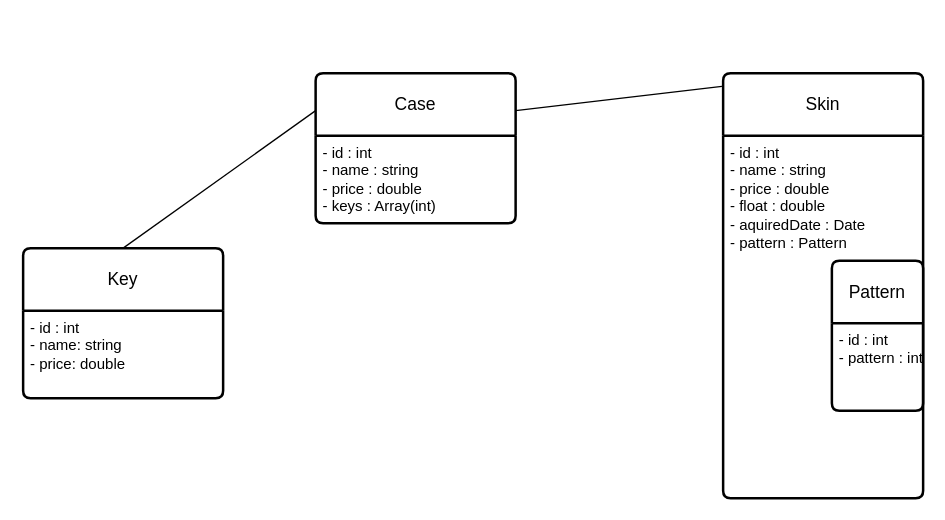
oscar-doell/m165 keeps this draw.io diagram as logic (1).drawio. Above is the earlier version. Source tidied: cells renumbered, new cells numbered last; positions are measured from the earlier drawing's top-left corner, leaving out a move shared by most shapes. Both pictures are drawn from the tidied source at 125%, with x=0, y=0 at pixel (22, 72).
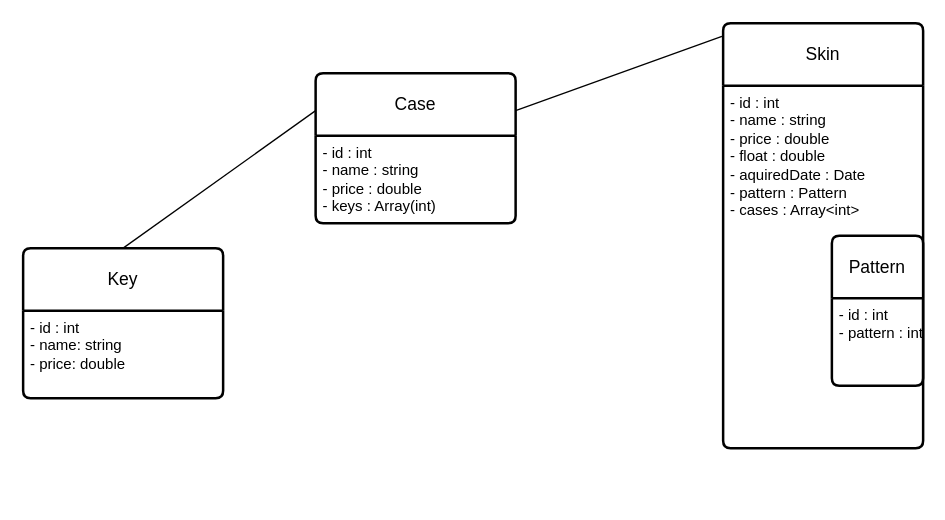
The same diagram, later.

The edit, as a diff of the source:
```diff
@@
 <mxGraphModel>
   <root>
     <mxCell id="0" />
     <mxCell id="1" parent="0" />
     <mxCell id="2" value="Key" style="swimlane;horizontal=1;startSize=50;rounded=1;fontSize=14;fontStyle=0;strokeWidth=2;shadow=0;dashed=0;align=center;arcSize=4;whiteSpace=wrap;html=1;" parent="1" vertex="1">
       <mxGeometry y="140" width="160" height="120" as="geometry" />
     </mxCell>
     <mxCell id="3" value="- id : int&lt;div&gt;- name: string&lt;/div&gt;&lt;div&gt;- price: double&lt;/div&gt;" style="align=left;strokeColor=none;fillColor=none;spacingLeft=4;fontSize=12;verticalAlign=top;html=1;" parent="2" vertex="1">
       <mxGeometry y="50" width="160" height="70" as="geometry" />
     </mxCell>
     <mxCell id="4" value="Case" style="swimlane;horizontal=1;startSize=50;rounded=1;fontSize=14;fontStyle=0;strokeWidth=2;shadow=0;dashed=0;align=center;arcSize=4;whiteSpace=wrap;html=1;" parent="1" vertex="1">
       <mxGeometry x="234" width="160" height="120" as="geometry" />
     </mxCell>
     <mxCell id="5" value="- id : int&lt;div&gt;- name : string&lt;/div&gt;&lt;div&gt;- price : double&lt;/div&gt;&lt;div&gt;- keys : Array(int)&lt;/div&gt;" style="align=left;strokeColor=none;fillColor=none;spacingLeft=4;fontSize=12;verticalAlign=top;html=1;" parent="4" vertex="1">
       <mxGeometry y="50" width="160" height="70" as="geometry" />
     </mxCell>
     <mxCell id="6" style="endArrow=none;html=1;rounded=0;exitX=0.5;exitY=0;exitDx=0;exitDy=0;entryX=0;entryY=0.25;entryDx=0;entryDy=0;" parent="1" edge="1" source="2" target="4">
       <mxGeometry relative="1" as="geometry" />
     </mxCell>
     <mxCell id="7" value="Skin" style="swimlane;horizontal=1;startSize=50;rounded=1;fontSize=14;fontStyle=0;strokeWidth=2;shadow=0;dashed=0;align=center;arcSize=4;whiteSpace=wrap;html=1;" parent="1" vertex="1">
-      <mxGeometry x="560" width="160" height="340" as="geometry" />
+      <mxGeometry x="560" y="-40" width="160" height="340" as="geometry" />
     </mxCell>
-    <mxCell id="8" value="- id : int&lt;div&gt;- name : string&lt;/div&gt;&lt;div&gt;- price : double&lt;/div&gt;&lt;div&gt;- float : double&lt;/div&gt;&lt;div&gt;- aquiredDate : Date&lt;/div&gt;&lt;div&gt;- pattern : Pattern&lt;/div&gt;" style="align=left;strokeColor=none;fillColor=none;spacingLeft=4;fontSize=12;verticalAlign=top;html=1;" parent="7" vertex="1">
+    <mxCell id="8" value="- id : int&lt;div&gt;- name : string&lt;/div&gt;&lt;div&gt;- price : double&lt;/div&gt;&lt;div&gt;- float : double&lt;/div&gt;&lt;div&gt;- aquiredDate : Date&lt;/div&gt;&lt;div&gt;- pattern : Pattern&lt;/div&gt;&lt;div&gt;- cases : Array&amp;lt;int&amp;gt;&amp;nbsp;&lt;/div&gt;" style="align=left;strokeColor=none;fillColor=none;spacingLeft=4;fontSize=12;verticalAlign=top;html=1;" parent="7" vertex="1">
       <mxGeometry y="50" width="160" height="290" as="geometry" />
     </mxCell>
     <mxCell id="9" value="Pattern" style="swimlane;horizontal=1;startSize=50;rounded=1;fontSize=14;fontStyle=0;strokeWidth=2;shadow=0;dashed=0;align=center;arcSize=4;whiteSpace=wrap;html=1;" parent="1" vertex="1">
-      <mxGeometry x="647" y="150" width="73" height="120" as="geometry" />
+      <mxGeometry x="647" y="130" width="73" height="120" as="geometry" />
     </mxCell>
     <mxCell id="10" value="- id : int&lt;div&gt;- pattern : int&lt;/div&gt;" style="align=left;strokeColor=none;fillColor=none;spacingLeft=4;fontSize=12;verticalAlign=top;html=1;" parent="9" vertex="1">
       <mxGeometry y="50" width="73" height="70" as="geometry" />
     </mxCell>
     <mxCell id="11" style="endArrow=none;html=1;rounded=0;entryX=1;entryY=0.25;entryDx=0;entryDy=0;exitX=-0.006;exitY=0.031;exitDx=0;exitDy=0;exitPerimeter=0;" parent="1" edge="1" source="7" target="4">
       <mxGeometry relative="1" as="geometry" />
     </mxCell>
   </root>
 </mxGraphModel>
```
